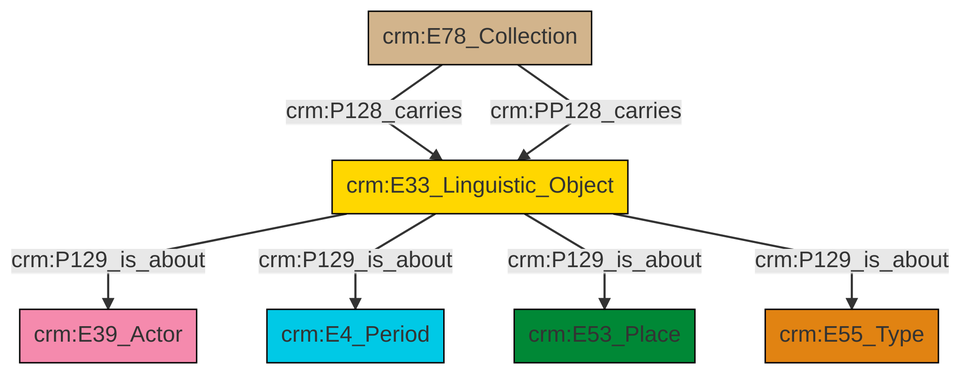
The Mermaid diagram et/archivalCSV/ttl/mmd/png/archival_aboutness.png in swiss-art-research-net/docs.swissartresearch, before a commit. Its source is kept beside it as et/archivalCSV/ttl/mmd/archival_aboutness.ttl.mmd. Its diagram source:
```mermaid
graph TD
classDef Literal fill:#f2f2f2,stroke:#000000;
classDef CRM_Entity fill:#FFFFFF,stroke:#000000;
classDef Temporal_Entity fill:#00C9E6, stroke:#000000;
classDef Type fill:#E18312, stroke:#000000;
classDef Time-Span fill:#2C9C91, stroke:#000000;
classDef Appellation fill:#FFEB7F, stroke:#000000;
classDef Place fill:#008836, stroke:#000000;
classDef Persistent_Item fill:#B266B2, stroke:#000000;
classDef Conceptual_Object fill:#FFD700, stroke:#000000;
classDef Physical_Thing fill:#D2B48C, stroke:#000000;
classDef Actor fill:#f58aad, stroke:#000000;
classDef PC_Classes fill:#4ce600, stroke:#000000;
classDef Multi fill:#cccccc,stroke:#000000;

0["crm:E33_Linguistic_Object"]:::Conceptual_Object -->|crm:P129_is_about| 1["crm:E39_Actor"]:::Actor
2["crm:E78_Collection"]:::Physical_Thing -->|crm:P128_carries| 0["crm:E33_Linguistic_Object"]:::Conceptual_Object
0["crm:E33_Linguistic_Object"]:::Conceptual_Object -->|crm:P129_is_about| 5["crm:E4_Period"]:::Temporal_Entity
2["crm:E78_Collection"]:::Physical_Thing -->|crm:PP128_carries| 0["crm:E33_Linguistic_Object"]:::Conceptual_Object
0["crm:E33_Linguistic_Object"]:::Conceptual_Object -->|crm:P129_is_about| 7["crm:E53_Place"]:::Place
0["crm:E33_Linguistic_Object"]:::Conceptual_Object -->|crm:P129_is_about| 8["crm:E55_Type"]:::Type
```
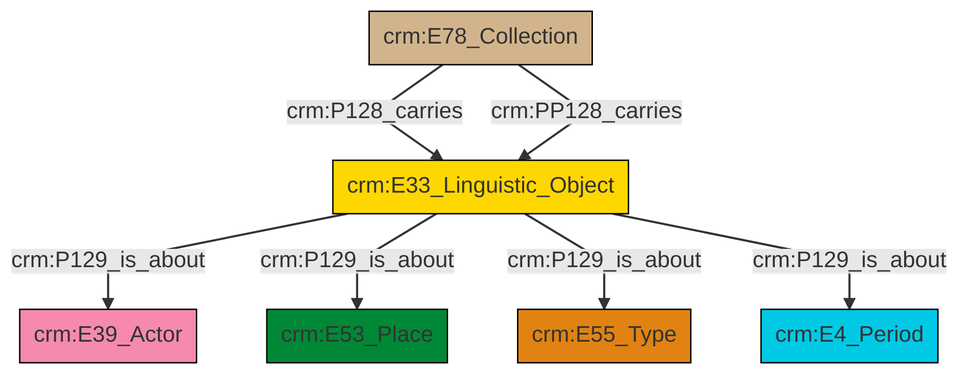
Above is the later version.

What changed in the source:
```diff
@@ -14,8 +14,8 @@
 classDef Multi fill:#cccccc,stroke:#000000;
 
 0["crm:E33_Linguistic_Object"]:::Conceptual_Object -->|crm:P129_is_about| 1["crm:E39_Actor"]:::Actor
-2["crm:E78_Collection"]:::Physical_Thing -->|crm:P128_carries| 0["crm:E33_Linguistic_Object"]:::Conceptual_Object
-0["crm:E33_Linguistic_Object"]:::Conceptual_Object -->|crm:P129_is_about| 5["crm:E4_Period"]:::Temporal_Entity
-2["crm:E78_Collection"]:::Physical_Thing -->|crm:PP128_carries| 0["crm:E33_Linguistic_Object"]:::Conceptual_Object
-0["crm:E33_Linguistic_Object"]:::Conceptual_Object -->|crm:P129_is_about| 7["crm:E53_Place"]:::Place
-0["crm:E33_Linguistic_Object"]:::Conceptual_Object -->|crm:P129_is_about| 8["crm:E55_Type"]:::Type
+0["crm:E33_Linguistic_Object"]:::Conceptual_Object -->|crm:P129_is_about| 6["crm:E53_Place"]:::Place
+0["crm:E33_Linguistic_Object"]:::Conceptual_Object -->|crm:P129_is_about| 4["crm:E55_Type"]:::Type
+9["crm:E78_Collection"]:::Physical_Thing -->|crm:P128_carries| 0["crm:E33_Linguistic_Object"]:::Conceptual_Object
+0["crm:E33_Linguistic_Object"]:::Conceptual_Object -->|crm:P129_is_about| 7["crm:E4_Period"]:::Temporal_Entity
+9["crm:E78_Collection"]:::Physical_Thing -->|crm:PP128_carries| 0["crm:E33_Linguistic_Object"]:::Conceptual_Object
```
